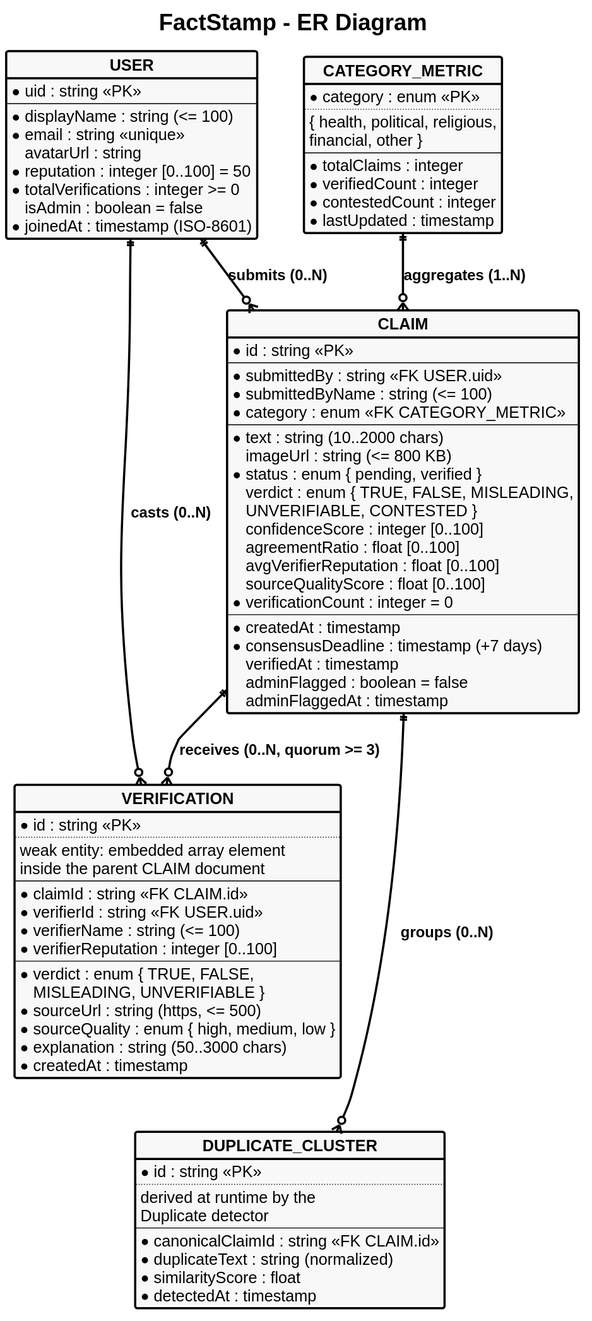
Before: FactStamp/black_book_draft/03_Requirements_and_Analysis/attachments/er_diagram.svg, a diagram exported from PlantUML (aadish0day/typst).
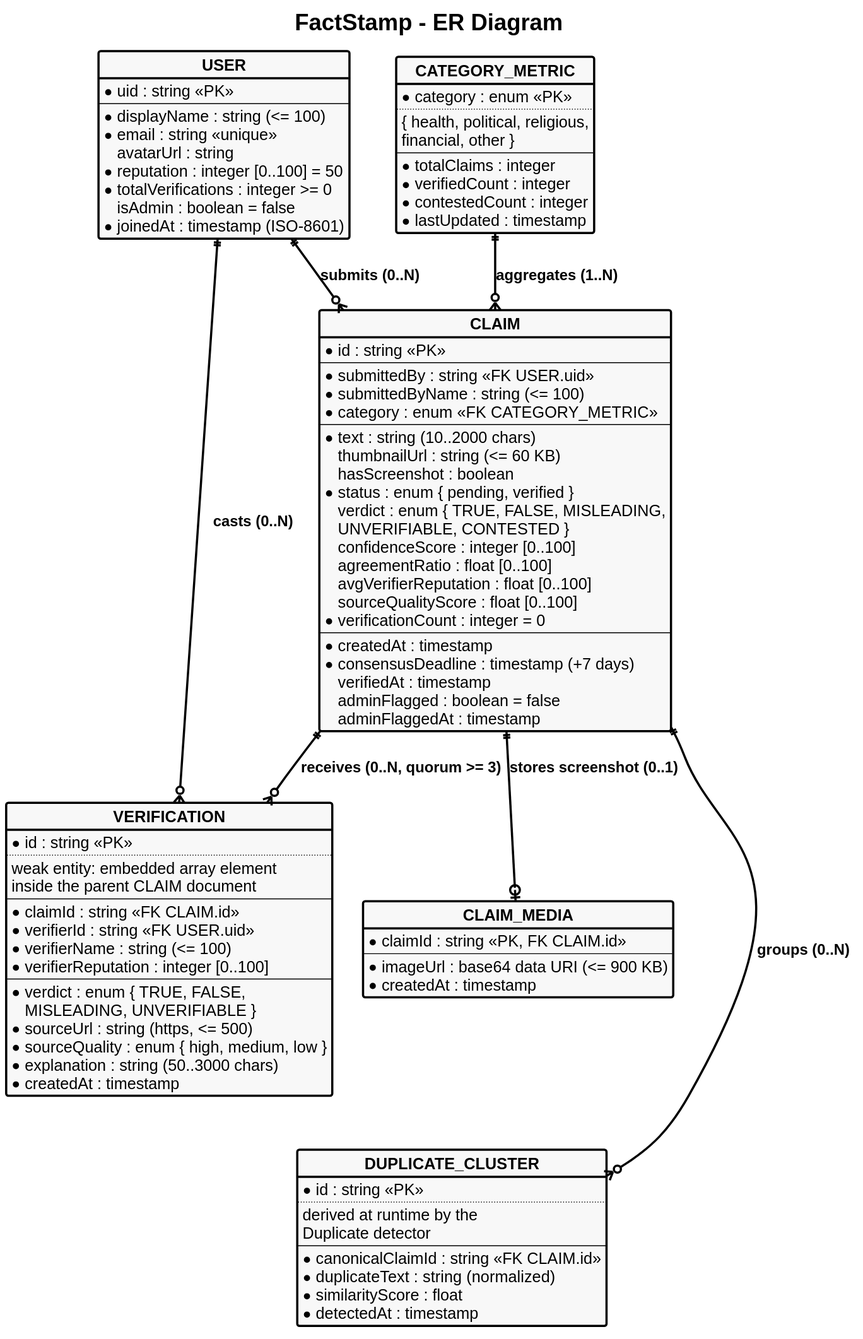
Above is the later version.

What changed in the source:
```diff
@@ -60,7 +60,8 @@
   * category : enum <<FK CATEGORY_METRIC>>
   --
   * text : string (10..2000 chars)
-  imageUrl : string (<= 800 KB)
+  thumbnailUrl : string (<= 60 KB)
+  hasScreenshot : boolean
   * status : enum { pending, verified }
   verdict : enum { TRUE, FALSE, MISLEADING,
   UNVERIFIABLE, CONTESTED }
@@ -96,6 +97,13 @@
   * createdAt : timestamp
 }
 
+entity "CLAIM_MEDIA" as ClaimMedia {
+  * claimId : string <<PK, FK CLAIM.id>>
+  --
+  * imageUrl : base64 data URI (<= 900 KB)
+  * createdAt : timestamp
+}
+
 entity "DUPLICATE_CLUSTER" as DuplicateCluster {
   * id : string <<PK>>
   ..
@@ -113,6 +121,7 @@
 Claim ||--o{ Verification : "receives (0..N, quorum >= 3)"
 User ||--o{ Verification : "casts (0..N)"
 Claim ||--o{ DuplicateCluster : "groups (0..N)"
+Claim ||--o| ClaimMedia : "stores screenshot (0..1)"
 
 Verification -[hidden]down-> DuplicateCluster
 @enduml
```
